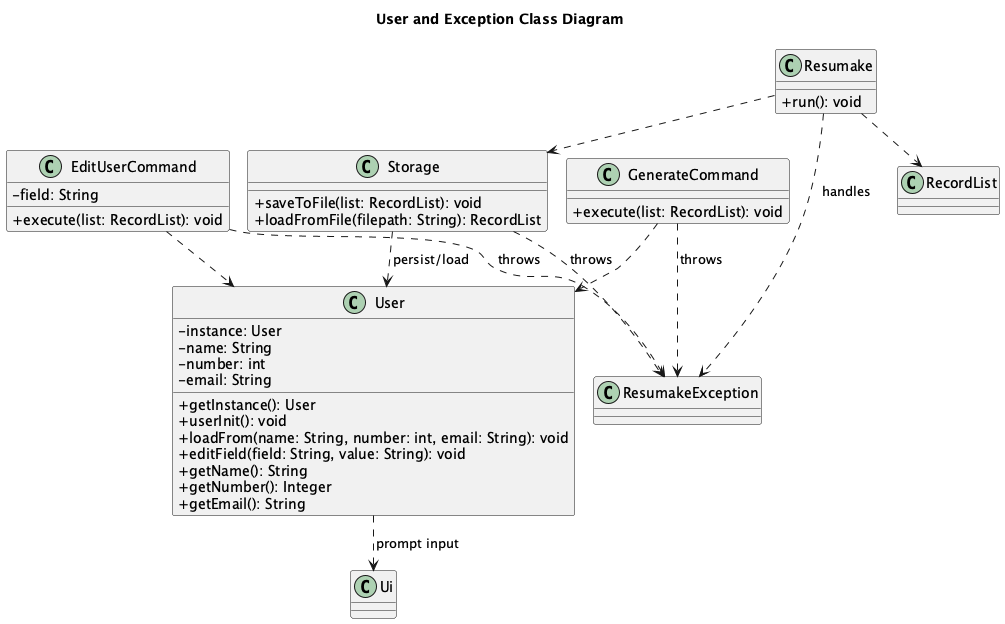
Earlier version of the PlantUML export docs/images/UserAndExceptionClassDiagram.png (AY2526S2-CS2113-F09-2/tp). Its diagram source:
```plantuml
@startuml
!pragma layout smetana
skinparam classAttributeIconSize 0

title User and Exception Class Diagram

class User {
  -instance: User
  -name: String
  -number: int
  -email: String
  +getInstance(): User
  +userInit(): void
  +loadFrom(name: String, number: int, email: String): void
  +editField(field: String, value: String): void
  +getName(): String
  +getNumber(): Integer
  +getEmail(): String
}

class EditUserCommand {
  -field: String
  +execute(list: RecordList): void
}

class GenerateCommand {
  +execute(list: RecordList): void
}

class Storage {
  +saveToFile(list: RecordList): void
  +loadFromFile(filepath: String): RecordList
}

class Resumake {
  +run(): void
}

class ResumakeException
class Ui
class RecordList

EditUserCommand ..> User
GenerateCommand ..> User
Storage ..> User : persist/load
User ..> Ui : prompt input
Resumake ..> Storage
Resumake ..> RecordList
Resumake ..> ResumakeException : handles
EditUserCommand ..> ResumakeException : throws
GenerateCommand ..> ResumakeException : throws
Storage ..> ResumakeException : throws

@enduml
```
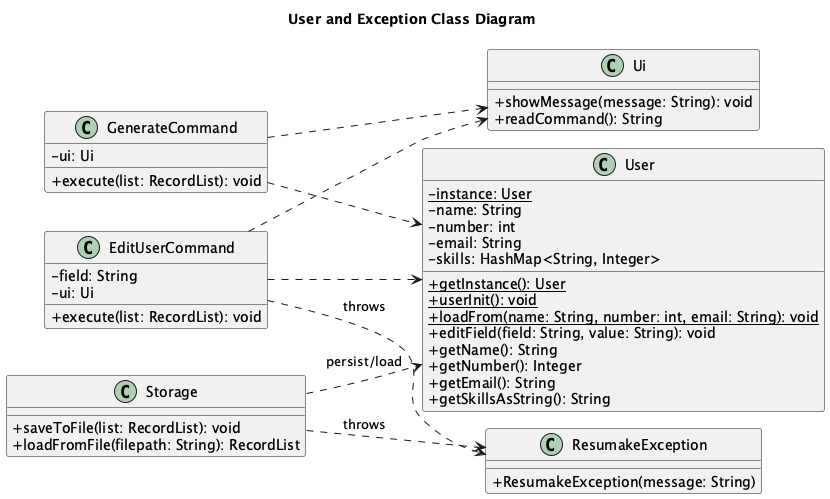
Later version of the same file.

Diff of the diagram source:
```diff
@@ -1,29 +1,34 @@
 @startuml
 !pragma layout smetana
 skinparam classAttributeIconSize 0
+left to right direction
 
 title User and Exception Class Diagram
 
 class User {
-  -instance: User
+  -{static} instance: User
   -name: String
   -number: int
   -email: String
-  +getInstance(): User
-  +userInit(): void
-  +loadFrom(name: String, number: int, email: String): void
+  -skills: HashMap<String, Integer>
+  +{static} getInstance(): User
+  +{static} userInit(): void
+  +{static} loadFrom(name: String, number: int, email: String): void
   +editField(field: String, value: String): void
   +getName(): String
   +getNumber(): Integer
   +getEmail(): String
+  +getSkillsAsString(): String
 }
 
 class EditUserCommand {
   -field: String
+  -ui: Ui
   +execute(list: RecordList): void
 }
 
 class GenerateCommand {
+  -ui: Ui
   +execute(list: RecordList): void
 }
 
@@ -32,23 +37,21 @@
   +loadFromFile(filepath: String): RecordList
 }
 
-class Resumake {
-  +run(): void
+class Ui {
+  +showMessage(message: String): void
+  +readCommand(): String
 }
 
-class ResumakeException
-class Ui
-class RecordList
+class ResumakeException {
+  +ResumakeException(message: String)
+}
 
 EditUserCommand ..> User
+EditUserCommand ..> Ui
 GenerateCommand ..> User
+GenerateCommand ..> Ui
 Storage ..> User : persist/load
-User ..> Ui : prompt input
-Resumake ..> Storage
-Resumake ..> RecordList
-Resumake ..> ResumakeException : handles
 EditUserCommand ..> ResumakeException : throws
-GenerateCommand ..> ResumakeException : throws
 Storage ..> ResumakeException : throws
 
 @enduml
```
